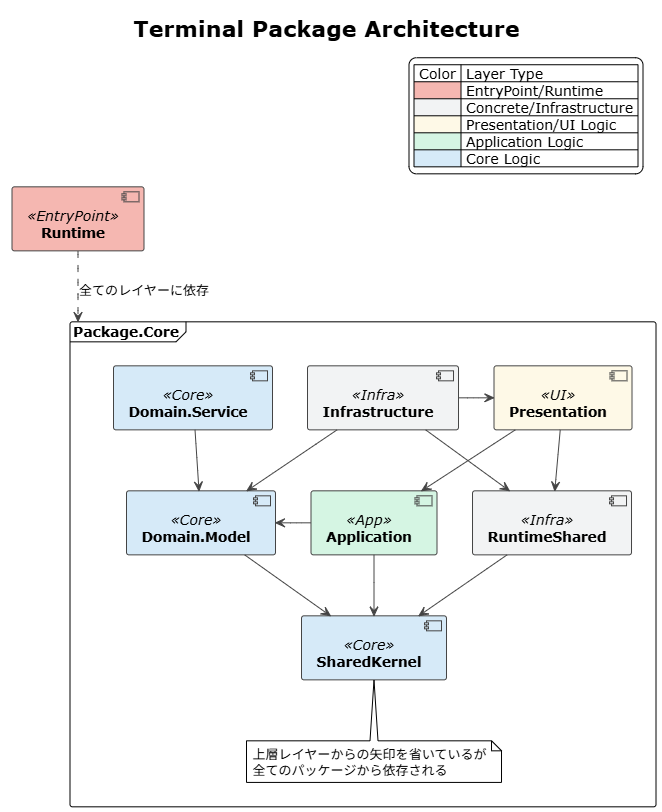
This is docs/diagrams/Architecture/Architecture.png from YuukiReiya/YukimaruGames.Unity-Terminal, a PlantUML export, as it was before one commit. Its source is kept beside it as docs/diagrams/Architecture/architecture.puml.
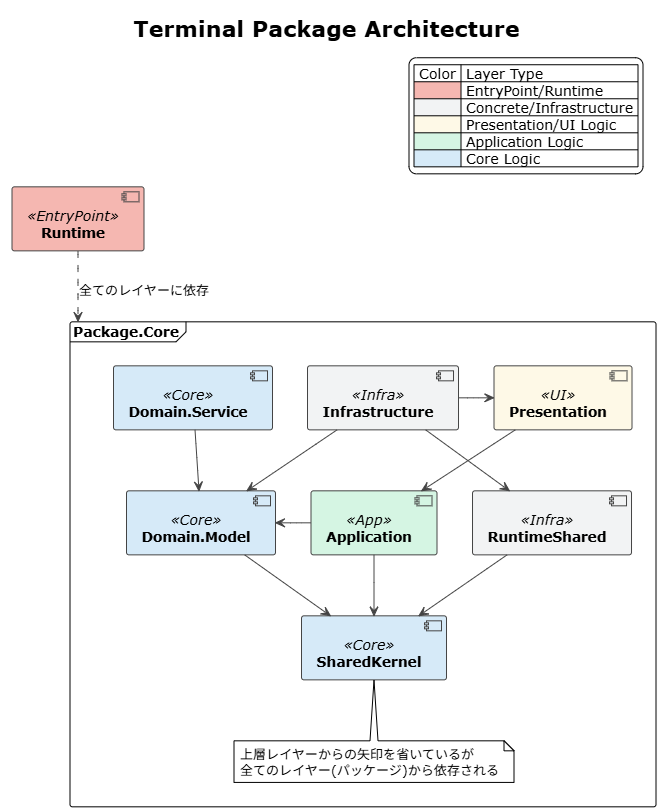
After the change.

Commit message:
fix: Presentation層がRuntime.Sharedに依存しなくなっていたためER図の修正

What changed in the source:
```diff
@@ -42,6 +42,7 @@
 DomainService -[hidden]right-> Infrastructure
 Application -[hidden]right-> RuntimeShared
 Infrastructure -[hidden]down-> Application
+Presentation -[hidden]down-> RuntimeShared
 
 DomainService -down->DomainModel
 Infrastructure -right-> Presentation
@@ -50,7 +51,6 @@
 Infrastructure -down-> DomainModel
 
 Presentation -down-> Application
-Presentation -down-> RuntimeShared
 
 Application -left-> DomainModel
 
```
